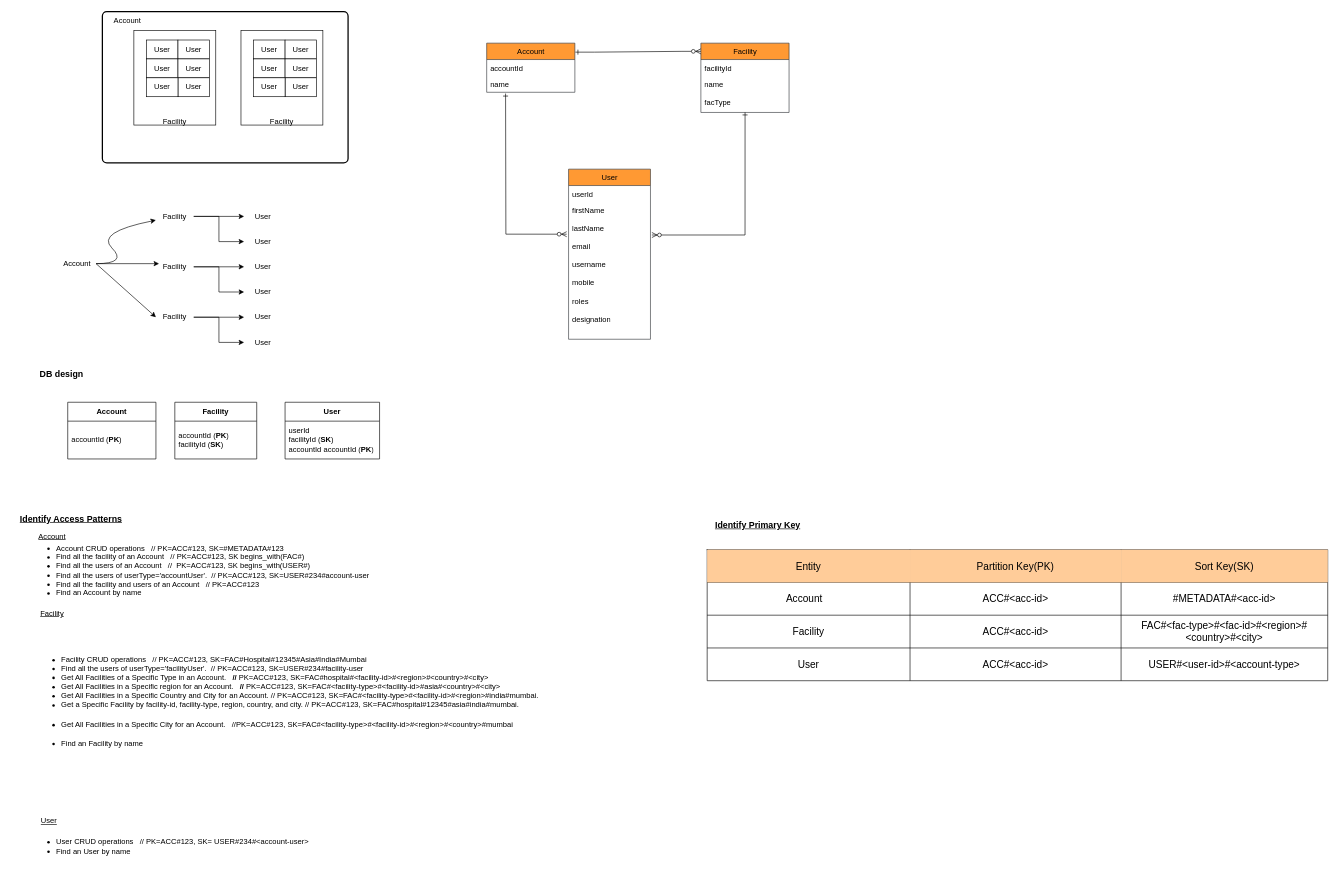
mayank-cesit/amplify-next-template keeps this draw.io diagram as Untitled Diagram.drawio. Above is the earlier version. Source tidied: cells renumbered, new cells numbered last; positions are measured from the earlier drawing's top-left corner, leaving out a move shared by most shapes. Both pictures are drawn from the tidied source at 63%, with x=0, y=0 at pixel (11, 11).
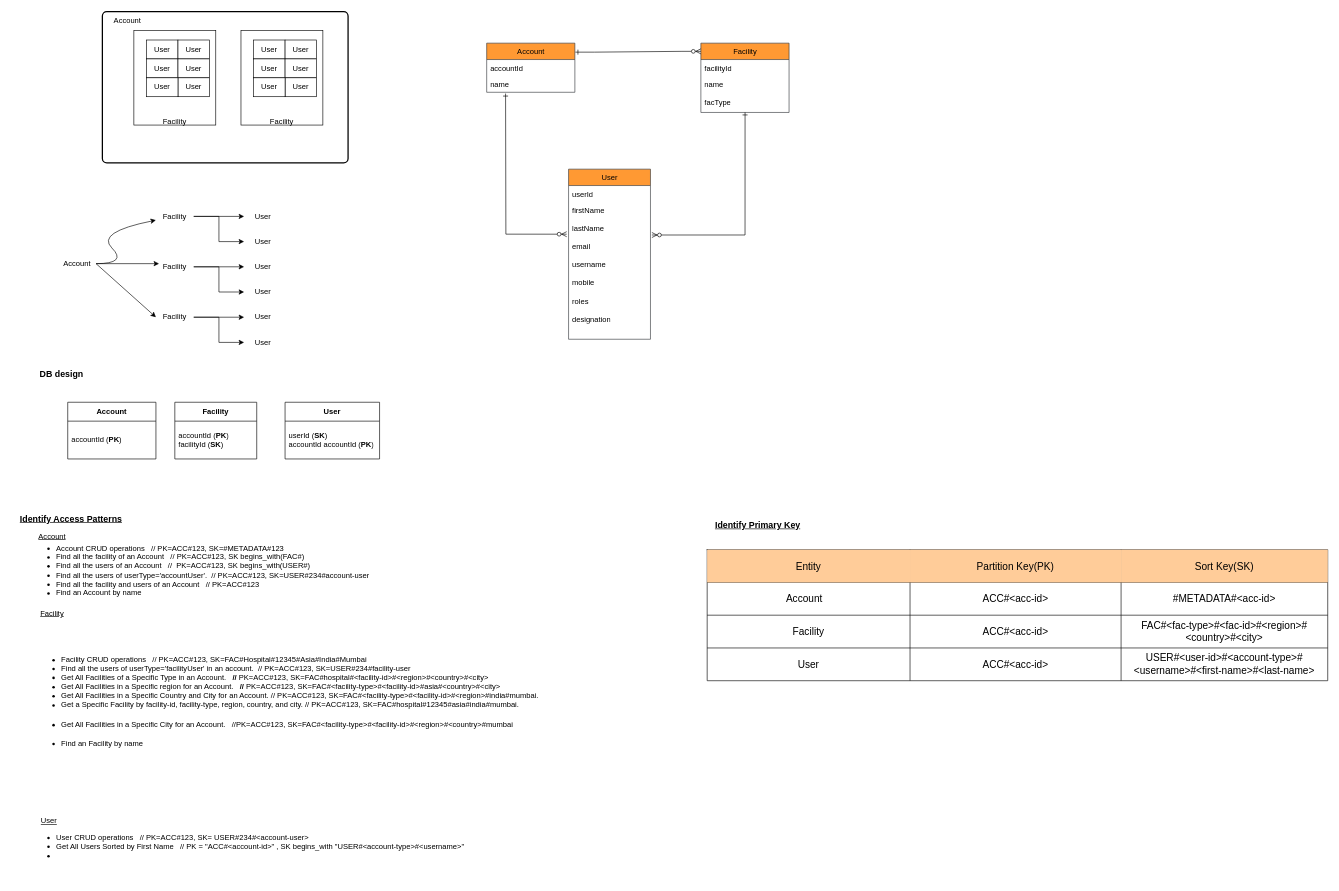
After the change.

Unchanged cells that the change refers to:
```xml
<mxCell id="44" value="&lt;b&gt;User&lt;/b&gt;" style="swimlane;fontStyle=0;horizontal=1;startSize=30;whiteSpace=wrap;html=1;fillColor=none;" parent="1" vertex="1">
  <mxGeometry x="435" y="620" width="150" height="90" as="geometry" />
</mxCell>
<mxCell id="78" style="shape=tableRow;horizontal=0;startSize=0;swimlaneHead=0;swimlaneBody=0;strokeColor=inherit;top=0;left=0;bottom=0;right=0;fillColor=none;fontSize=16;" parent="65" vertex="1">
  <mxGeometry y="156" width="985" height="52" as="geometry" />
</mxCell>
```

Diff of the diagram source:
```diff
@@
-    <mxCell id="45" value="&lt;div&gt;&lt;span style=&quot;background-color: initial;&quot;&gt;userId&lt;/span&gt;&lt;/div&gt;facilityId (&lt;b&gt;SK&lt;/b&gt;)&lt;div&gt;accountId&amp;nbsp;&lt;span style=&quot;background-color: initial;&quot;&gt;accountId (&lt;/span&gt;&lt;b style=&quot;background-color: initial;&quot;&gt;PK&lt;/b&gt;&lt;span style=&quot;background-color: initial;&quot;&gt;)&lt;/span&gt;&lt;/div&gt;" style="text;strokeColor=none;fillColor=none;align=left;verticalAlign=middle;spacingLeft=4;spacingRight=4;overflow=hidden;whiteSpace=wrap;html=1;" parent="44" vertex="1">
+    <mxCell id="45" value="&lt;div&gt;&lt;span style=&quot;background-color: initial;&quot;&gt;userId (&lt;b&gt;SK&lt;/b&gt;)&lt;/span&gt;&lt;/div&gt;&lt;div&gt;accountId&amp;nbsp;&lt;span style=&quot;background-color: initial;&quot;&gt;accountId (&lt;/span&gt;&lt;b style=&quot;background-color: initial;&quot;&gt;PK&lt;/b&gt;&lt;span style=&quot;background-color: initial;&quot;&gt;)&lt;/span&gt;&lt;/div&gt;" style="text;strokeColor=none;fillColor=none;align=left;verticalAlign=middle;spacingLeft=4;spacingRight=4;overflow=hidden;whiteSpace=wrap;html=1;" parent="44" vertex="1">
       <mxGeometry y="30" width="150" height="60" as="geometry" />
     </mxCell>
@@
-    <mxCell id="61" value="&lt;ul&gt;&lt;li&gt;Facility CRUD operations&amp;nbsp; &amp;nbsp;// PK=ACC#123, SK=FAC#Hospital#12345#Asia#India#Mumbai&lt;/li&gt;&lt;li&gt;Find all the users of userType='facilityUser'.&amp;nbsp; // PK=ACC#123, SK=USER#234#facility-user&lt;/li&gt;&lt;li&gt;Get All Facilities of a Specific Type in an Account.&lt;strong&gt;&amp;nbsp; &amp;nbsp;// &lt;/strong&gt;PK=ACC#123, SK=FAC#hospital#&amp;lt;facility-id&amp;gt;#&amp;lt;region&amp;gt;#&amp;lt;country&amp;gt;#&amp;lt;city&amp;gt;&lt;/li&gt;&lt;li&gt;Get All Facilities in a Specific region for an Account.&lt;b&gt;&amp;nbsp; &amp;nbsp;//&lt;/b&gt; PK=ACC#123, SK=FAC#&amp;lt;facility-type&amp;gt;#&amp;lt;facility-id&amp;gt;#asia#&amp;lt;country&amp;gt;#&amp;lt;city&amp;gt;&lt;/li&gt;&lt;li&gt;Get All Facilities in a Specific Country and City for an Account. // PK=ACC#123, SK=FAC#&amp;lt;facility-type&amp;gt;#&amp;lt;facility-id&amp;gt;#&amp;lt;region&amp;gt;#india#mumbai.&lt;/li&gt;&lt;li&gt;Get a Specific Facility by &lt;code style=&quot;&quot;&gt;&lt;font face=&quot;Helvetica&quot;&gt;facility&lt;/font&gt;&lt;font face=&quot;Helvetica&quot;&gt;-id&lt;/font&gt;&lt;/code&gt;, &lt;code style=&quot;font-family: Helvetica;&quot;&gt;facility-type&lt;/code&gt;, &lt;code style=&quot;font-family: Helvetica;&quot;&gt;region&lt;/code&gt;, &lt;code style=&quot;font-family: Helvetica;&quot;&gt;country&lt;/code&gt;, and &lt;code style=&quot;font-family: Helvetica;&quot;&gt;city. // PK=ACC#123, SK=FAC#hospital#12345#asia#india#mumbai.&lt;/code&gt;&lt;/li&gt;&lt;li&gt;&lt;code&gt;&lt;h3&gt;&lt;font face=&quot;Helvetica&quot;&gt;&lt;font style=&quot;font-size: 12px; font-weight: normal;&quot;&gt;Get All Facilities in a Specific City for an Account.&amp;nbsp; &amp;nbsp;//PK=ACC#123, SK=&lt;/font&gt;&lt;span style=&quot;background-color: initial; font-size: 12px; font-weight: normal;&quot;&gt;FAC#&amp;lt;facility-type&amp;gt;#&amp;lt;facility-id&amp;gt;#&amp;lt;region&amp;gt;#&amp;lt;country&amp;gt;#mumbai&lt;/span&gt;&lt;/font&gt;&lt;/h3&gt;&lt;pre class=&quot;!overflow-visible&quot;&gt;&lt;div class=&quot;contain-inline-size rounded-md border-[0.5px] border-token-border-medium relative bg-token-sidebar-surface-primary dark:bg-gray-950&quot;&gt;&lt;div dir=&quot;ltr&quot; class=&quot;overflow-y-auto p-4&quot;&gt;&lt;/div&gt;&lt;/div&gt;&lt;/pre&gt;&lt;/code&gt;&lt;/li&gt;&lt;li&gt;Find an Facility by name&lt;/li&gt;&lt;/ul&gt;" style="text;strokeColor=none;fillColor=none;html=1;whiteSpace=wrap;verticalAlign=middle;overflow=hidden;" parent="1" vertex="1">
+    <mxCell id="61" value="&lt;ul&gt;&lt;li&gt;Facility CRUD operations&amp;nbsp; &amp;nbsp;// PK=ACC#123, SK=FAC#Hospital#12345#Asia#India#Mumbai&lt;/li&gt;&lt;li&gt;Find all the users of userType='facilityUser' in an account.&amp;nbsp; // PK=ACC#123, SK=USER#234#facility-user&lt;/li&gt;&lt;li&gt;Get All Facilities of a Specific Type in an Account.&lt;strong&gt;&amp;nbsp; &amp;nbsp;// &lt;/strong&gt;PK=ACC#123, SK=FAC#hospital#&amp;lt;facility-id&amp;gt;#&amp;lt;region&amp;gt;#&amp;lt;country&amp;gt;#&amp;lt;city&amp;gt;&lt;/li&gt;&lt;li&gt;Get All Facilities in a Specific region for an Account.&lt;b&gt;&amp;nbsp; &amp;nbsp;//&lt;/b&gt; PK=ACC#123, SK=FAC#&amp;lt;facility-type&amp;gt;#&amp;lt;facility-id&amp;gt;#asia#&amp;lt;country&amp;gt;#&amp;lt;city&amp;gt;&lt;/li&gt;&lt;li&gt;Get All Facilities in a Specific Country and City for an Account. // PK=ACC#123, SK=FAC#&amp;lt;facility-type&amp;gt;#&amp;lt;facility-id&amp;gt;#&amp;lt;region&amp;gt;#india#mumbai.&lt;/li&gt;&lt;li&gt;Get a Specific Facility by &lt;code style=&quot;&quot;&gt;&lt;font face=&quot;Helvetica&quot;&gt;facility&lt;/font&gt;&lt;font face=&quot;Helvetica&quot;&gt;-id&lt;/font&gt;&lt;/code&gt;, &lt;code style=&quot;font-family: Helvetica;&quot;&gt;facility-type&lt;/code&gt;, &lt;code style=&quot;font-family: Helvetica;&quot;&gt;region&lt;/code&gt;, &lt;code style=&quot;font-family: Helvetica;&quot;&gt;country&lt;/code&gt;, and &lt;code style=&quot;font-family: Helvetica;&quot;&gt;city. // PK=ACC#123, SK=FAC#hospital#12345#asia#india#mumbai.&lt;/code&gt;&lt;/li&gt;&lt;li&gt;&lt;code&gt;&lt;h3&gt;&lt;font face=&quot;Helvetica&quot;&gt;&lt;font style=&quot;font-size: 12px; font-weight: normal;&quot;&gt;Get All Facilities in a Specific City for an Account.&amp;nbsp; &amp;nbsp;//PK=ACC#123, SK=&lt;/font&gt;&lt;span style=&quot;background-color: initial; font-size: 12px; font-weight: normal;&quot;&gt;FAC#&amp;lt;facility-type&amp;gt;#&amp;lt;facility-id&amp;gt;#&amp;lt;region&amp;gt;#&amp;lt;country&amp;gt;#mumbai&lt;/span&gt;&lt;/font&gt;&lt;/h3&gt;&lt;pre class=&quot;!overflow-visible&quot;&gt;&lt;div class=&quot;contain-inline-size rounded-md border-[0.5px] border-token-border-medium relative bg-token-sidebar-surface-primary dark:bg-gray-950&quot;&gt;&lt;div dir=&quot;ltr&quot; class=&quot;overflow-y-auto p-4&quot;&gt;&lt;/div&gt;&lt;/div&gt;&lt;/pre&gt;&lt;/code&gt;&lt;/li&gt;&lt;li&gt;Find an Facility by name&lt;/li&gt;&lt;/ul&gt;" style="text;strokeColor=none;fillColor=none;html=1;whiteSpace=wrap;verticalAlign=middle;overflow=hidden;" parent="1" vertex="1">
       <mxGeometry x="37.5" y="970" width="887.5" height="250" as="geometry" />
     </mxCell>
@@
-    <mxCell id="63" value="&lt;ul&gt;&lt;li&gt;User CRUD operations&amp;nbsp; &amp;nbsp;// PK=ACC#123, SK= USER#234#&amp;lt;account-user&amp;gt;&amp;nbsp;&lt;/li&gt;&lt;li&gt;Find an User by name&lt;/li&gt;&lt;/ul&gt;" style="text;strokeColor=none;fillColor=none;html=1;whiteSpace=wrap;verticalAlign=middle;overflow=hidden;" parent="1" vertex="1">
-      <mxGeometry x="30" y="1270" width="525" height="110" as="geometry" />
+    <mxCell id="63" value="&lt;ul&gt;&lt;li&gt;User CRUD operations&amp;nbsp; &amp;nbsp;// PK=ACC#123, SK= USER#234#&amp;lt;account-user&amp;gt;&amp;nbsp;&lt;/li&gt;&lt;li&gt;Get All Users Sorted by First Name&amp;nbsp; &amp;nbsp;// PK&lt;span style=&quot;background-color: initial;&quot;&gt; = &lt;/span&gt;&lt;span style=&quot;background-color: initial;&quot; class=&quot;hljs-string&quot;&gt;&quot;ACC#&amp;lt;account-id&amp;gt;&quot; ,&amp;nbsp;&lt;/span&gt;SK&lt;span style=&quot;background-color: initial;&quot;&gt; begins_with &lt;/span&gt;&lt;span style=&quot;background-color: initial;&quot; class=&quot;hljs-string&quot;&gt;&quot;USER#&amp;lt;account-type&amp;gt;#&amp;lt;username&amp;gt;&quot;&lt;/span&gt;&lt;li&gt;&lt;/li&gt;&lt;/li&gt;&lt;/ul&gt;" style="text;strokeColor=none;fillColor=none;html=1;whiteSpace=wrap;verticalAlign=middle;overflow=hidden;" parent="1" vertex="1">
+      <mxGeometry x="30" y="1270" width="745" height="110" as="geometry" />
     </mxCell>
@@
-    <mxCell id="81" value="USER#&amp;lt;user-id&amp;gt;#&amp;lt;account-type&amp;gt;" style="shape=partialRectangle;html=1;whiteSpace=wrap;strokeColor=inherit;overflow=hidden;fillColor=none;top=0;left=0;bottom=0;right=0;fontSize=16;" parent="78" vertex="1">
+    <mxCell id="81" value="USER#&amp;lt;user-id&amp;gt;#&amp;lt;account-type&amp;gt;#&amp;lt;username&amp;gt;#&amp;lt;first-name&amp;gt;#&amp;lt;last-name&amp;gt;" style="shape=partialRectangle;html=1;whiteSpace=wrap;strokeColor=inherit;overflow=hidden;fillColor=none;top=0;left=0;bottom=0;right=0;fontSize=16;" parent="78" vertex="1">
       <mxGeometry x="657" width="328" height="52" as="geometry" />
     </mxCell>
```
